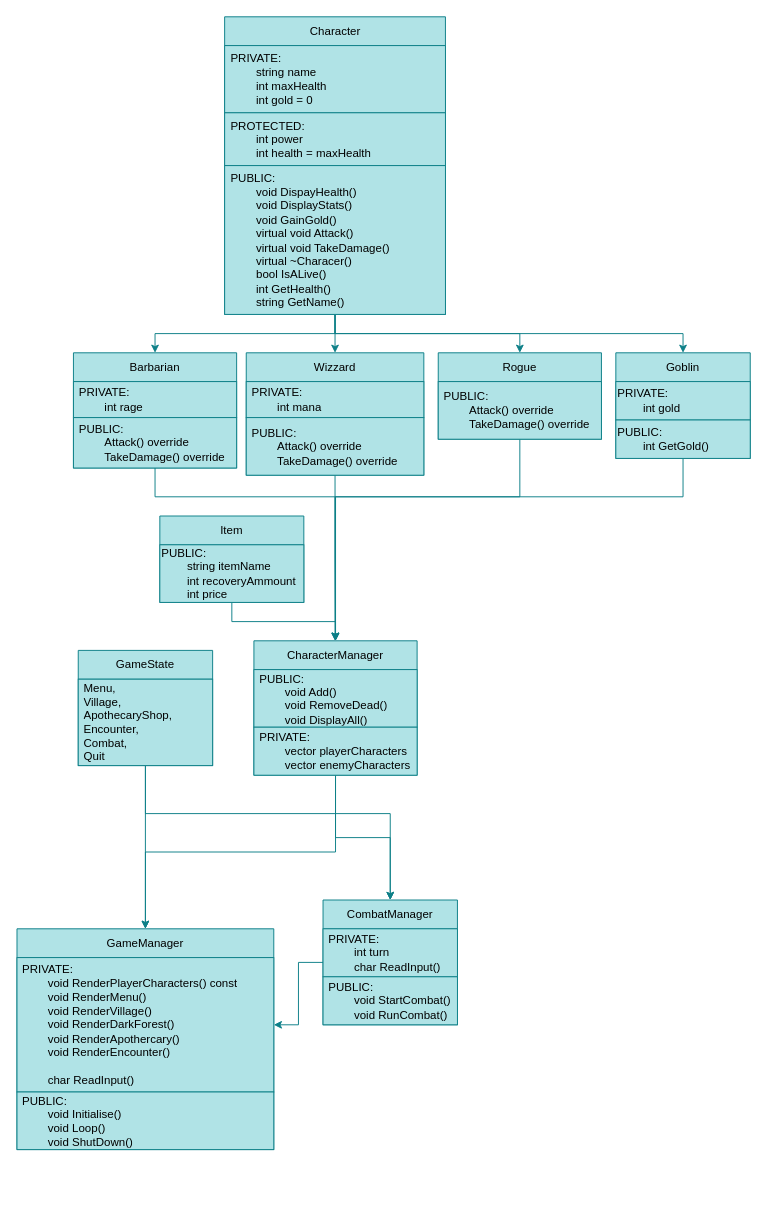
Earlier version of the draw.io diagram RPG Console.drawio (Edouard-Laffont/RPG-Console). Source tidied: cells renumbered, new cells numbered last; positions are measured from the earlier drawing's top-left corner, leaving out a move shared by most shapes. Both pictures are drawn from the tidied source at 96%, with x=0, y=0 at pixel (16, 16).
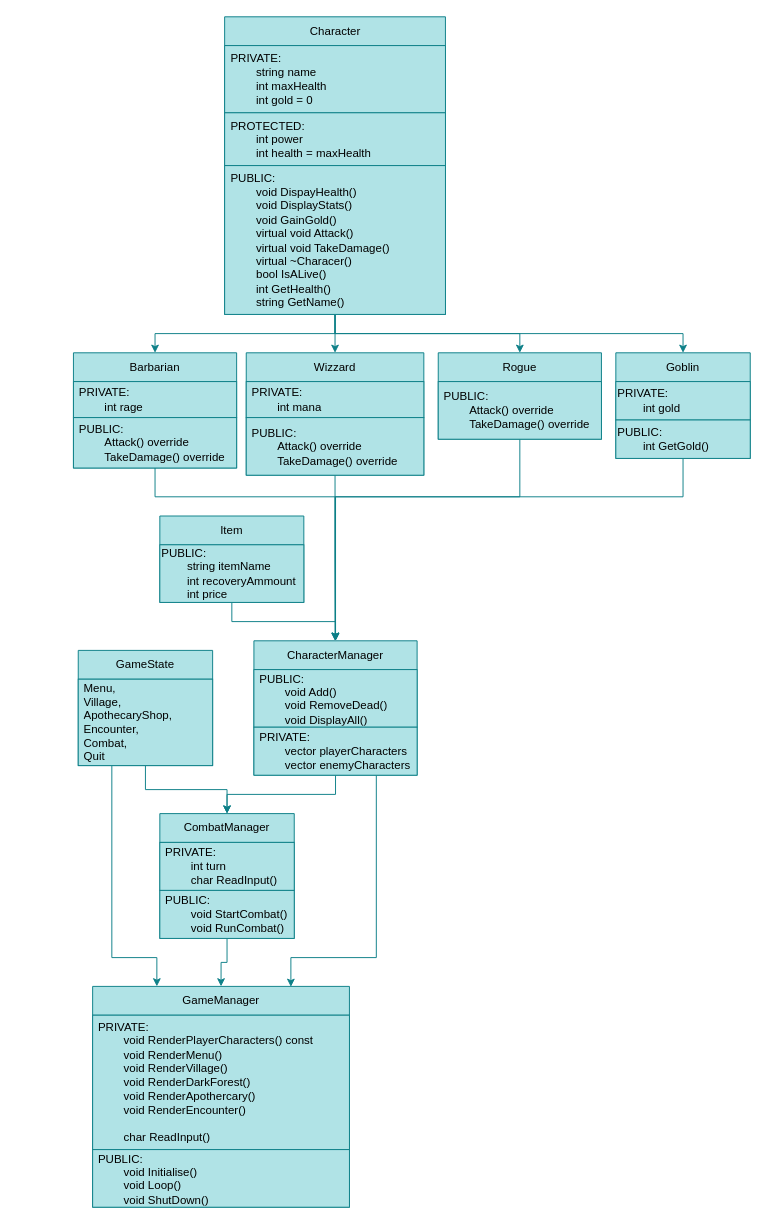
The same diagram, later.

Commit message (it also covers changes not shown here):
Mettre à jour RPG Console.drawio

The change refers to these unchanged cells:
```xml
<mxCell id="23" value="CharacterManager" style="swimlane;fontStyle=0;horizontal=1;startSize=30;whiteSpace=wrap;html=1;fillColor=#b0e3e6;strokeColor=#0e8088;" parent="1" vertex="1">
  <mxGeometry x="247" y="650" width="170" height="140" as="geometry" />
</mxCell>
<mxCell id="27" value="PRIVATE:&lt;div&gt;&lt;span style=&quot;white-space: pre;&quot;&gt;&#9;&lt;/span&gt;&lt;span style=&quot;background-color: transparent; color: light-dark(#000000, var(--ge-light-color, #ffffff));&quot;&gt;void RenderPlayerCharacters() const&lt;/span&gt;&lt;br&gt;&lt;/div&gt;&lt;div&gt;&lt;span style=&quot;white-space: pre;&quot;&gt;&#9;&lt;/span&gt;void RenderMenu()&lt;span style=&quot;background-color: transparent; color: light-dark(#000000, var(--ge-light-color, #ffffff));&quot;&gt;&lt;/span&gt;&lt;/div&gt;&lt;div&gt;&lt;span style=&quot;white-space: pre;&quot;&gt;&#9;&lt;/span&gt;void RenderVillage()&lt;br&gt;&lt;/div&gt;&lt;div&gt;&lt;span style=&quot;white-space: pre;&quot;&gt;&#9;&lt;/span&gt;void RenderDarkForest()&lt;br&gt;&lt;/div&gt;&lt;div&gt;&lt;span style=&quot;white-space: pre;&quot;&gt;&#9;&lt;/span&gt;void RenderApothercary()&lt;/div&gt;&lt;div&gt;&lt;span style=&quot;white-space: pre;&quot;&gt;&#9;&lt;/span&gt;void RenderEncounter()&lt;/div&gt;&lt;div&gt;&lt;br&gt;&lt;/div&gt;&lt;div&gt;&lt;span style=&quot;white-space: pre;&quot;&gt;&#9;&lt;/span&gt;char ReadInput()&lt;/div&gt;" style="text;align=left;verticalAlign=middle;spacingLeft=4;spacingRight=4;overflow=hidden;points=[[0,0.5],[1,0.5]];portConstraint=eastwest;whiteSpace=wrap;html=1;fillColor=#b0e3e6;strokeColor=#0e8088;" parent="26" vertex="1">
  <mxGeometry y="30" width="267.5" height="140" as="geometry" />
</mxCell>
<mxCell id="31" value="GameState" style="swimlane;fontStyle=0;horizontal=1;startSize=30;whiteSpace=wrap;html=1;fillColor=#b0e3e6;strokeColor=#0e8088;" parent="1" vertex="1">
  <mxGeometry x="64" y="660" width="140" height="120" as="geometry" />
</mxCell>
```

The edit, as a diff of the source:
```diff
@@
+    <mxCell id="22" style="edgeStyle=orthogonalEdgeStyle;rounded=0;jettySize=auto;html=1;exitX=0.5;exitY=1;exitDx=0;exitDy=0;entryX=0.5;entryY=0;entryDx=0;entryDy=0;defaultLabelBackgroundColor=page;fillColor=#b0e3e6;strokeColor=#0e8088;" parent="1" edge="1" source="23" target="41">
+      <mxGeometry relative="1" as="geometry" />
+    </mxCell>
-    <mxCell id="21" style="edgeStyle=orthogonalEdgeStyle;rounded=0;jettySize=auto;html=1;entryX=0.5;entryY=0;entryDx=0;entryDy=0;defaultLabelBackgroundColor=page;fillColor=#b0e3e6;strokeColor=#0e8088;" parent="1" edge="1" source="23" target="26">
-      <mxGeometry relative="1" as="geometry" />
+    <mxCell id="21" style="edgeStyle=orthogonalEdgeStyle;rounded=0;jettySize=auto;html=1;exitX=0.75;exitY=1;exitDx=0;exitDy=0;entryX=0.772;entryY=0.002;entryDx=0;entryDy=0;defaultLabelBackgroundColor=page;entryPerimeter=0;fillColor=#b0e3e6;strokeColor=#0e8088;" parent="1" edge="1" source="23" target="26">
+      <mxGeometry x="-0.01" relative="1" as="geometry">
+        <Array as="points">
+          <mxPoint x="374.5" y="980" />
+          <mxPoint x="285.5" y="980" />
+        </Array>
+      </mxGeometry>
     </mxCell>
-    <mxCell id="22" style="edgeStyle=orthogonalEdgeStyle;rounded=0;jettySize=auto;html=1;entryX=0.5;entryY=0;entryDx=0;entryDy=0;defaultLabelBackgroundColor=page;fillColor=#b0e3e6;strokeColor=#0e8088;" parent="1" edge="1" source="23" target="41">
-      <mxGeometry relative="1" as="geometry" />
-    </mxCell>
@@
     <mxCell id="26" value="GameManager" style="swimlane;fontStyle=0;horizontal=1;startSize=30;whiteSpace=wrap;html=1;fillColor=#b0e3e6;strokeColor=#0e8088;" parent="1" vertex="1">
-      <mxGeometry x="0.2" y="950" width="267.5" height="230" as="geometry" />
+      <mxGeometry x="79" y="1010" width="267.5" height="230" as="geometry" />
     </mxCell>
@@
+    <mxCell id="30" style="edgeStyle=orthogonalEdgeStyle;rounded=0;jettySize=auto;html=1;exitX=0.5;exitY=1;exitDx=0;exitDy=0;entryX=0.5;entryY=0;entryDx=0;entryDy=0;defaultLabelBackgroundColor=page;fillColor=#b0e3e6;strokeColor=#0e8088;" parent="1" edge="1" source="31" target="41">
+      <mxGeometry relative="1" as="geometry" />
+    </mxCell>
-    <mxCell id="29" style="edgeStyle=orthogonalEdgeStyle;rounded=0;jettySize=auto;html=1;entryX=0.5;entryY=0;entryDx=0;entryDy=0;defaultLabelBackgroundColor=page;fillColor=#b0e3e6;strokeColor=#0e8088;" parent="1" edge="1" source="31" target="26">
-      <mxGeometry relative="1" as="geometry" />
+    <mxCell id="29" style="edgeStyle=orthogonalEdgeStyle;rounded=0;jettySize=auto;html=1;exitX=0.25;exitY=1;exitDx=0;exitDy=0;entryX=0.25;entryY=0;entryDx=0;entryDy=0;defaultLabelBackgroundColor=page;fillColor=#b0e3e6;strokeColor=#0e8088;" parent="1" edge="1" source="31" target="26">
+      <mxGeometry relative="1" as="geometry">
+        <Array as="points">
+          <mxPoint x="99" y="980" />
+          <mxPoint x="145.9" y="980" />
+        </Array>
+      </mxGeometry>
     </mxCell>
-    <mxCell id="30" style="edgeStyle=orthogonalEdgeStyle;rounded=0;jettySize=auto;html=1;defaultLabelBackgroundColor=page;flowAnimation=0;fillColor=#b0e3e6;strokeColor=#0e8088;" parent="1" edge="1" source="31" target="41">
-      <mxGeometry relative="1" as="geometry">
-        <Array as="points">
-          <mxPoint x="134" y="830" />
-          <mxPoint x="389" y="830" />
-        </Array>
-      </mxGeometry>
-    </mxCell>
@@
-    <mxCell id="40" style="edgeStyle=orthogonalEdgeStyle;rounded=0;jettySize=auto;html=1;defaultLabelBackgroundColor=page;fillColor=#b0e3e6;strokeColor=#0e8088;" parent="1" edge="1" source="41" target="27">
-      <mxGeometry relative="1" as="geometry" />
-    </mxCell>
+    <mxCell id="44" style="edgeStyle=orthogonalEdgeStyle;rounded=0;jettySize=auto;html=1;exitX=0.5;exitY=1;exitDx=0;exitDy=0;entryX=0.5;entryY=0;entryDx=0;entryDy=0;defaultLabelBackgroundColor=page;fillColor=#b0e3e6;strokeColor=#0e8088;" parent="1" edge="1" source="41" target="26">
+      <mxGeometry relative="1" as="geometry" />
+    </mxCell>
     <mxCell id="41" value="CombatManager" style="swimlane;fontStyle=0;horizontal=1;startSize=30;whiteSpace=wrap;html=1;fillColor=#b0e3e6;strokeColor=#0e8088;" parent="1" vertex="1">
-      <mxGeometry x="319" y="920" width="140" height="130" as="geometry" />
+      <mxGeometry x="149" y="830" width="140" height="130" as="geometry" />
     </mxCell>
```
